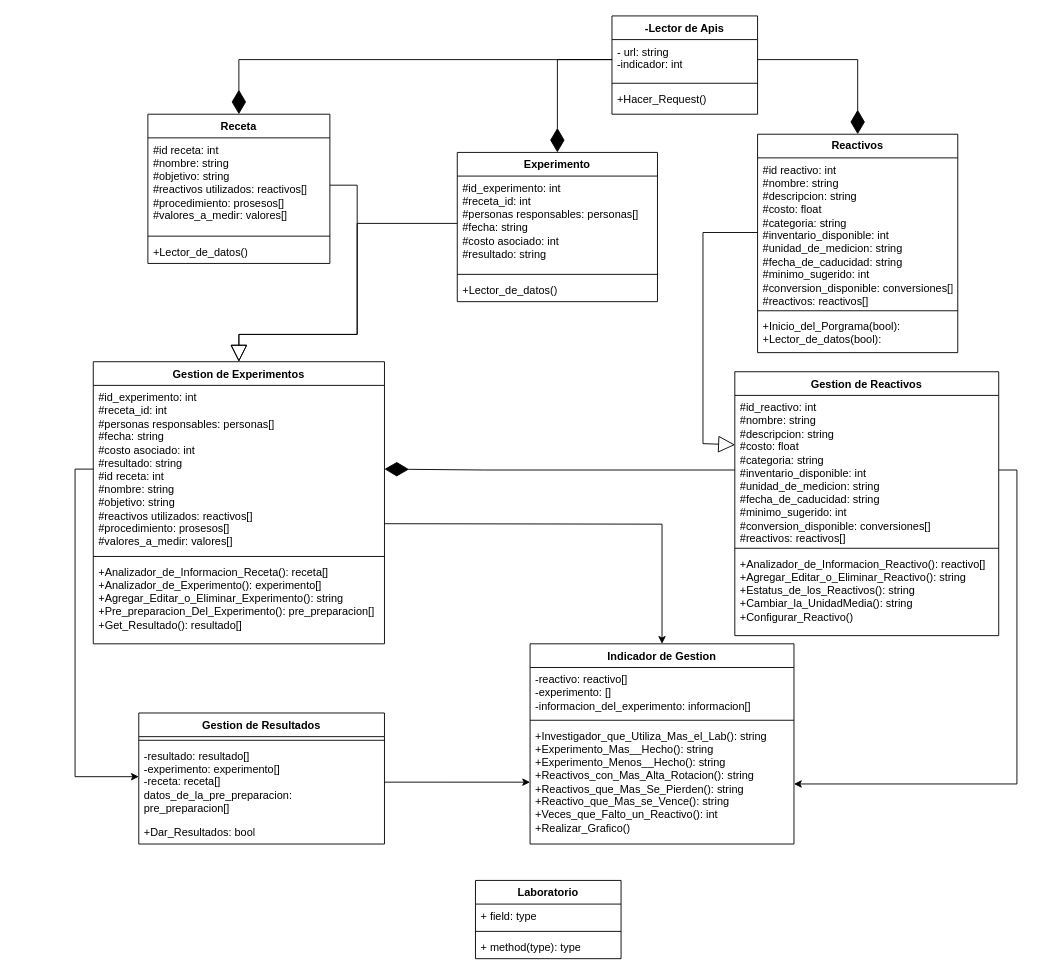
Before: Diagrama_proyecto.drawio in Diegoafkx/Proyecto, a draw.io diagram. Source tidied: cells renumbered, new cells numbered last; positions are measured from the earlier drawing's top-left corner, leaving out a move shared by most shapes. Both pictures are drawn from the tidied source at 91%, with x=0, y=0 at pixel (75, 15).
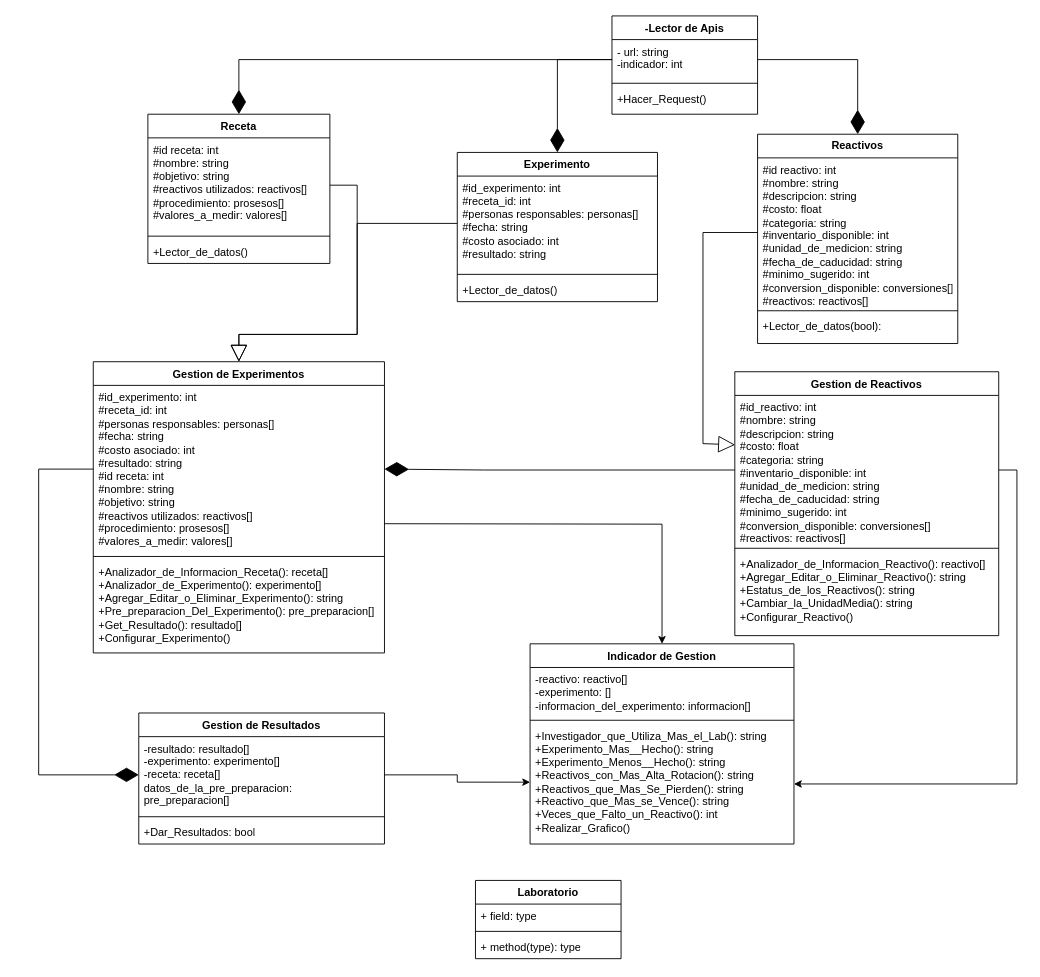
After the change.

Unchanged cells that the change refers to:
```xml
<mxCell id="11" value="#id_experimento: int&lt;div&gt;#receta_id: int&lt;/div&gt;&lt;div&gt;#personas responsables: personas[]&lt;/div&gt;&lt;div&gt;#fecha: string&lt;/div&gt;&lt;div&gt;#costo asociado: int&lt;/div&gt;&lt;div&gt;#resultado: string&lt;/div&gt;&lt;div&gt;#id receta: int&lt;div&gt;#nombre: string&lt;/div&gt;&lt;div&gt;#objetivo: string&lt;/div&gt;&lt;div&gt;#reactivos utilizados: reactivos[]&lt;/div&gt;&lt;div&gt;#procedimiento: prosesos[]&lt;/div&gt;&lt;div&gt;#valores_a_medir: valores[]&lt;/div&gt;&lt;/div&gt;" style="text;strokeColor=none;fillColor=none;align=left;verticalAlign=top;spacingLeft=4;spacingRight=4;overflow=hidden;points=[[0,0.5],[1,0.5]];portConstraint=eastwest;whiteSpace=wrap;html=1;" parent="10" vertex="1">
  <mxGeometry y="26" width="320" height="184" as="geometry" />
</mxCell>
<mxCell id="14" value="Gestion de Resultados" style="swimlane;fontStyle=1;align=center;verticalAlign=top;horizontal=1;startSize=26;whiteSpace=wrap;html=1;" parent="1" vertex="1">
  <mxGeometry x="70" y="766" width="270" height="144" as="geometry" />
</mxCell>
```

Change to the diagram source:
```diff
@@
     <mxCell id="10" value="Gestion de Experimentos" style="swimlane;fontStyle=1;align=center;verticalAlign=top;horizontal=1;startSize=26;whiteSpace=wrap;html=1;" parent="1" vertex="1">
-      <mxGeometry x="20" y="380" width="320" height="310" as="geometry" />
+      <mxGeometry x="20" y="380" width="320" height="320" as="geometry" />
     </mxCell>
@@
-    <mxCell id="13" value="+Analizador_de_Informacion_Receta(): receta[]&lt;div&gt;+Analizador_de_Experimento(): experimento[]&lt;/div&gt;&lt;div&gt;+Agregar_Editar_o_Eliminar_Experimento(): string&lt;/div&gt;&lt;div&gt;+Pre_preparacion_Del_Experimento(): pre_preparacion[]&lt;/div&gt;&lt;div&gt;+Get_Resultado(): resultado[]&lt;/div&gt;" style="text;strokeColor=none;fillColor=none;align=left;verticalAlign=top;spacingLeft=4;spacingRight=4;overflow=hidden;whiteSpace=wrap;html=1;" parent="10" vertex="1">
-      <mxGeometry y="218" width="320" height="92" as="geometry" />
+    <mxCell id="13" value="+Analizador_de_Informacion_Receta(): receta[]&lt;div&gt;+Analizador_de_Experimento(): experimento[]&lt;/div&gt;&lt;div&gt;+Agregar_Editar_o_Eliminar_Experimento(): string&lt;/div&gt;&lt;div&gt;+Pre_preparacion_Del_Experimento(): pre_preparacion[]&lt;/div&gt;&lt;div&gt;+Get_Resultado(): resultado[]&lt;/div&gt;&lt;div&gt;+Configurar_Experimento()&lt;/div&gt;" style="text;strokeColor=none;fillColor=none;align=left;verticalAlign=top;spacingLeft=4;spacingRight=4;overflow=hidden;whiteSpace=wrap;html=1;" parent="10" vertex="1">
+      <mxGeometry y="218" width="320" height="102" as="geometry" />
     </mxCell>
@@
+    <mxCell id="16" value="-resultado: resultado[]&lt;div&gt;-experimento: experimento[]&lt;/div&gt;&lt;div&gt;-receta: receta[]&lt;/div&gt;&lt;div&gt;datos_de_la_pre_preparacion: pre_preparacion[]&lt;/div&gt;" style="text;strokeColor=none;fillColor=none;align=left;verticalAlign=middle;spacingLeft=4;spacingRight=4;overflow=hidden;points=[[0,0.5],[1,0.5]];portConstraint=eastwest;whiteSpace=wrap;html=1;" parent="14" vertex="1">
+      <mxGeometry y="26" width="270" height="84" as="geometry" />
+    </mxCell>
     <mxCell id="15" style="line;strokeWidth=1;fillColor=none;align=left;verticalAlign=middle;spacingTop=-1;spacingLeft=3;spacingRight=3;labelPosition=right;strokeColor=inherit;" parent="14" vertex="1">
-      <mxGeometry y="26" width="270" height="8" as="geometry" />
+      <mxGeometry y="110" width="270" height="8" as="geometry" />
     </mxCell>
-    <mxCell id="16" value="-resultado: resultado[]&lt;div&gt;-experimento: experimento[]&lt;/div&gt;&lt;div&gt;-receta: receta[]&lt;/div&gt;&lt;div&gt;datos_de_la_pre_preparacion: pre_preparacion[]&lt;/div&gt;" style="text;strokeColor=none;fillColor=none;align=left;verticalAlign=middle;spacingLeft=4;spacingRight=4;overflow=hidden;points=[[0,0.5],[1,0.5]];portConstraint=eastwest;whiteSpace=wrap;html=1;" parent="14" vertex="1">
-      <mxGeometry y="34" width="270" height="84" as="geometry" />
-    </mxCell>
@@
     <mxCell id="22" value="&lt;b&gt;Reactivos&lt;/b&gt;" style="swimlane;fontStyle=0;horizontal=1;startSize=26;fillColor=none;whiteSpace=wrap;html=1;shadow=0;" parent="1" vertex="1">
-      <mxGeometry x="750" y="130" width="220" height="240" as="geometry" />
+      <mxGeometry x="750" y="130" width="220" height="230" as="geometry" />
     </mxCell>
@@
-    <mxCell id="25" value="&lt;div&gt;+Inicio_del_Porgrama(bool):&lt;/div&gt;+Lector_de_datos(bool):" style="text;strokeColor=none;fillColor=none;align=left;verticalAlign=top;spacingLeft=4;spacingRight=4;overflow=hidden;whiteSpace=wrap;html=1;" parent="22" vertex="1">
-      <mxGeometry y="198" width="220" height="42" as="geometry" />
+    <mxCell id="25" value="&lt;div&gt;&lt;span style=&quot;background-color: transparent; color: light-dark(rgb(0, 0, 0), rgb(255, 255, 255));&quot;&gt;+Lector_de_datos(bool):&lt;/span&gt;&lt;/div&gt;" style="text;strokeColor=none;fillColor=none;align=left;verticalAlign=top;spacingLeft=4;spacingRight=4;overflow=hidden;whiteSpace=wrap;html=1;" parent="22" vertex="1">
+      <mxGeometry y="198" width="220" height="32" as="geometry" />
     </mxCell>
@@
-    <mxCell id="42" style="edgeStyle=orthogonalEdgeStyle;rounded=0;jettySize=auto;html=1;exitX=0;exitY=0.5;exitDx=0;exitDy=0;" parent="1" edge="1" source="11" target="16">
-      <mxGeometry relative="1" as="geometry">
-        <Array as="points">
-          <mxPoint y="498" />
-          <mxPoint y="836" />
-        </Array>
-      </mxGeometry>
-    </mxCell>
@@
+    <mxCell id="42" style="endArrow=diamondThin;endFill=1;endSize=24;html=1;rounded=0;exitX=0;exitY=0.5;exitDx=0;exitDy=0;entryX=0;entryY=0.5;entryDx=0;entryDy=0;" parent="1" edge="1" source="11" target="16">
+      <mxGeometry relative="1" as="geometry">
+        <Array as="points">
+          <mxPoint x="-40" y="498" />
+          <mxPoint x="-40" y="834" />
+        </Array>
+      </mxGeometry>
+    </mxCell>
```
